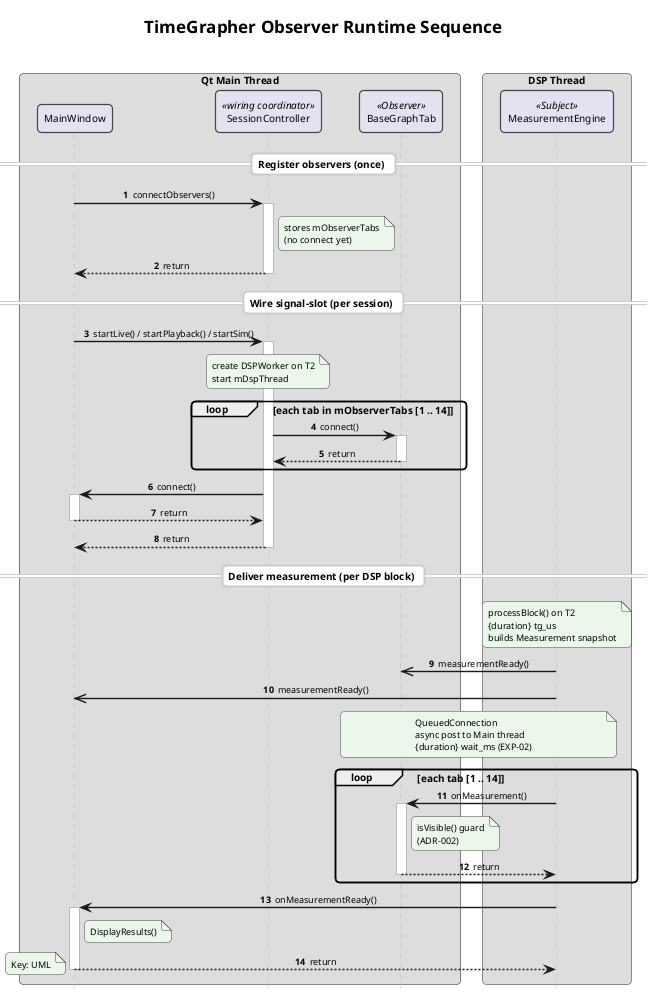
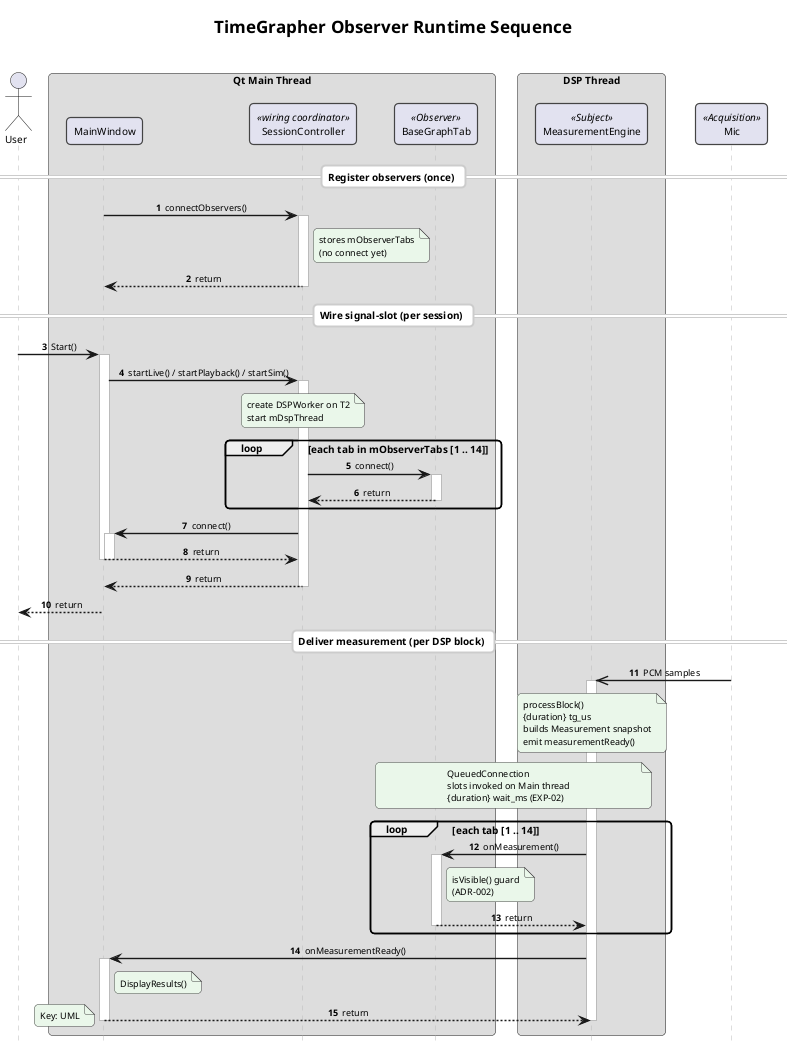
@startuml view2b-observer-runtime
skinparam backgroundColor #FFFFFF
skinparam shadowing false
skinparam RoundCorner 8
skinparam defaultFontName "Arial"
skinparam defaultFontSize 10
skinparam titleFontSize 17
skinparam ArrowFontSize 9
skinparam ArrowThickness 1.4
skinparam sequenceMessageAlign center
skinparam responseMessageBelowArrow true
skinparam ParticipantPadding 14
skinparam BoxPadding 10
skinparam ParticipantBorderThickness 1.2
skinparam ParticipantBorderColor #444444
skinparam BoxBorderColor #666666
skinparam BoxBackgroundColor #FFFFFF
skinparam BoxFontStyle bold
skinparam SequenceLifeLineBorderColor #BBBBBB
skinparam sequenceDividerBorderColor #CCCCCC
skinparam sequenceDividerBackgroundColor #FFFFFF
skinparam NoteBackgroundColor #EAF7EA
skinparam NoteBorderColor #444444
skinparam NoteFontSize 9
skinparam activationBackgroundColor #FFFFFF
skinparam activationBorderColor #444444
skinparam stereotypeFontSize 9
skinparam stereotypeFontStyle italic

title <b>TimeGrapher Observer Runtime Sequence</b>\n
autonumber
hide footbox

+ actor User
+ 
box "Qt Main Thread"
  participant "MainWindow" as MW
  participant "SessionController" as SC <<wiring coordinator>>
  participant "BaseGraphTab" as Tab <<Observer>>
end box

box "DSP Thread"
  participant "MeasurementEngine" as ME <<Subject>>
end box
+ 
+ participant "Mic" as Mic <<Acquisition>>

== Register observers (once) ==

MW -> SC ++ : connectObservers()
note right of SC
  stores mObserverTabs
  (no connect yet)
end note
SC --> MW -- : return
deactivate SC

== Wire signal-slot (per session) ==

+ User -> MW ++ : Start()
MW -> SC ++ : startLive() / startPlayback() / startSim()
note over SC
  create DSPWorker on T2
  start mDspThread
end note

loop each tab in mObserverTabs [1 .. 14]
  SC -> Tab ++ : connect()
  Tab --> SC -- : return
  deactivate Tab
end

SC -> MW ++ : connect()
MW --> SC -- : return
deactivate MW

SC --> MW -- : return
deactivate SC
+ MW --> User -- : return
+ deactivate MW

== Deliver measurement (per DSP block) ==

+ Mic ->> ME ++ : PCM samples
note over ME
-   processBlock() on T2
+   processBlock()
  {duration} tg_us
  builds Measurement snapshot
+   emit measurementReady()
end note

- ME ->> Tab : measurementReady()
- ME ->> MW : measurementReady()
note over ME, Tab
  QueuedConnection
-   async post to Main thread
+   slots invoked on Main thread
  {duration} wait_ms (EXP-02)
end note

loop each tab [1 .. 14]
  ME -> Tab ++ : onMeasurement()
  note right of Tab
    isVisible() guard
    (ADR-002)
  end note
  Tab --> ME -- : return
  deactivate Tab
end

ME -> MW ++ : onMeasurementReady()
note right of MW : DisplayResults()
MW --> ME -- : return
+ deactivate ME
deactivate MW

note bottom
  Key: UML
end note

@enduml
